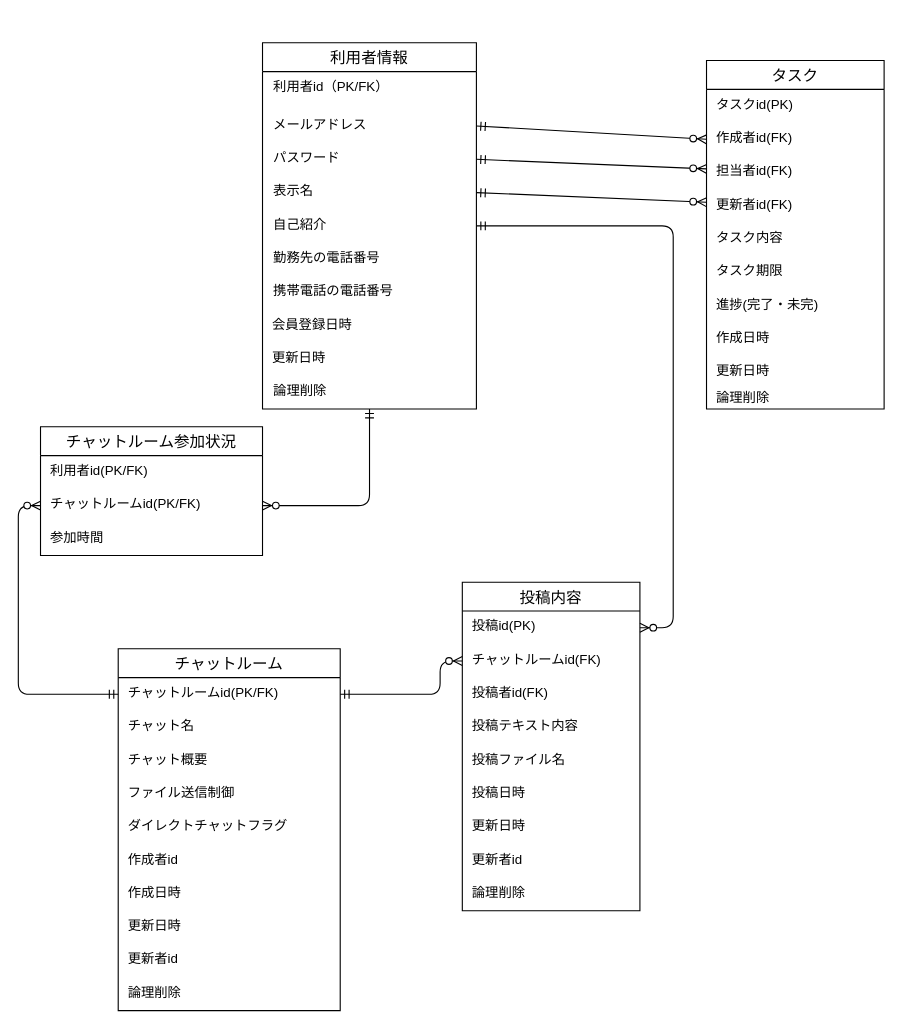
Above: db/db-challenge1/チャットルームER図.drawio in ytaka0407/quelcode-db (draw.io), before the change. Source tidied: cells renumbered, new cells numbered last; positions are measured from the earlier drawing's top-left corner, leaving out a move shared by most shapes. Both pictures are drawn from the tidied source at 111%, with x=0, y=0 at pixel (18, 42).
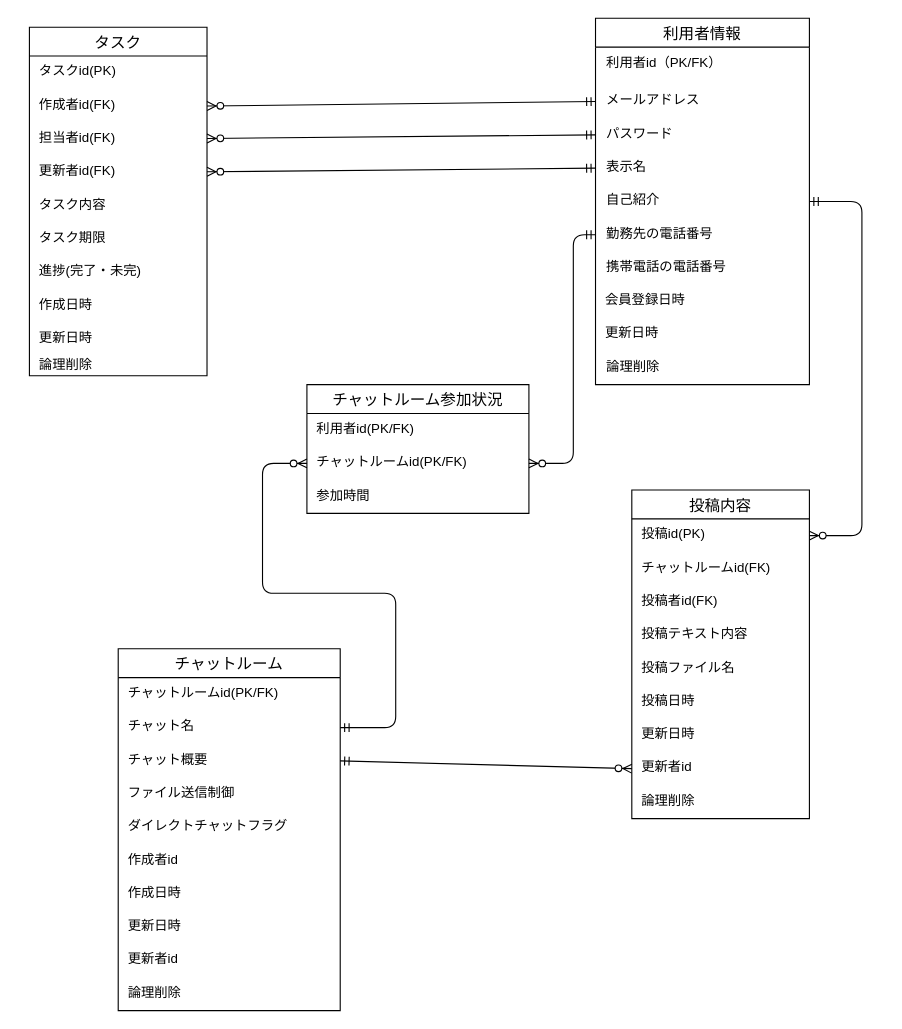
The same page after the edit.

Commit message:
リレーション見直しのためにテーブルの配置を修正

Unchanged cells that the change refers to:
```xml
<mxCell id="11" value="作成者id(FK)" style="text;strokeColor=none;fillColor=none;spacingLeft=7;spacingRight=4;overflow=hidden;points=[[0,0.5],[1,0.5]];portConstraint=eastwest;fontSize=12;" parent="9" vertex="1">
  <mxGeometry y="56" width="160" height="30" as="geometry" />
</mxCell>
<mxCell id="12" value="担当者id(FK)" style="text;strokeColor=none;fillColor=none;spacingLeft=7;spacingRight=4;overflow=hidden;points=[[0,0.5],[1,0.5]];portConstraint=eastwest;fontSize=12;" parent="9" vertex="1">
  <mxGeometry y="86" width="160" height="30" as="geometry" />
</mxCell>
<mxCell id="13" value="更新者id(FK)" style="text;strokeColor=none;fillColor=none;spacingLeft=7;spacingRight=4;overflow=hidden;points=[[0,0.5],[1,0.5]];portConstraint=eastwest;fontSize=12;" parent="9" vertex="1">
  <mxGeometry y="116" width="160" height="30" as="geometry" />
</mxCell>
<mxCell id="22" value="メールアドレス" style="text;strokeColor=none;fillColor=none;spacingLeft=8;spacingRight=0;overflow=hidden;points=[[0,0.5],[1,0.5]];portConstraint=eastwest;fontSize=12;" parent="20" vertex="1">
  <mxGeometry y="60" width="192.7" height="30" as="geometry" />
</mxCell>
<mxCell id="23" value="パスワード" style="text;strokeColor=none;fillColor=none;spacingLeft=8;spacingRight=0;overflow=hidden;points=[[0,0.5],[1,0.5]];portConstraint=eastwest;fontSize=12;" parent="20" vertex="1">
  <mxGeometry y="90" width="192.7" height="30" as="geometry" />
</mxCell>
<mxCell id="24" value="表示名" style="text;strokeColor=none;fillColor=none;spacingLeft=8;spacingRight=0;overflow=hidden;points=[[0,0.5],[1,0.5]];portConstraint=eastwest;fontSize=12;" parent="20" vertex="1">
  <mxGeometry y="120" width="192.7" height="30" as="geometry" />
</mxCell>
<mxCell id="25" value="自己紹介" style="text;strokeColor=none;fillColor=none;spacingLeft=8;spacingRight=0;overflow=hidden;points=[[0,0.5],[1,0.5]];portConstraint=eastwest;fontSize=12;" parent="20" vertex="1">
  <mxGeometry y="150" width="192.7" height="30" as="geometry" />
</mxCell>
<mxCell id="26" value="勤務先の電話番号" style="text;strokeColor=none;fillColor=none;spacingLeft=8;spacingRight=0;overflow=hidden;points=[[0,0.5],[1,0.5]];portConstraint=eastwest;fontSize=12;" parent="20" vertex="1">
  <mxGeometry y="180" width="192.7" height="30" as="geometry" />
</mxCell>
<mxCell id="30" value="論理削除" style="text;strokeColor=none;fillColor=none;spacingLeft=8;spacingRight=0;overflow=hidden;points=[[0,0.5],[1,0.5]];portConstraint=eastwest;fontSize=12;" parent="20" vertex="1">
  <mxGeometry y="300" width="192.7" height="30" as="geometry" />
</mxCell>
<mxCell id="32" value="チャットルームid(PK/FK)" style="text;strokeColor=none;fillColor=none;spacingLeft=7;spacingRight=4;overflow=hidden;points=[[0,0.5],[1,0.5]];portConstraint=eastwest;fontSize=12;" parent="31" vertex="1">
  <mxGeometry y="26" width="200" height="30" as="geometry" />
</mxCell>
<mxCell id="33" value="チャット名" style="text;strokeColor=none;fillColor=none;spacingLeft=7;spacingRight=4;overflow=hidden;points=[[0,0.5],[1,0.5]];portConstraint=eastwest;fontSize=12;" parent="31" vertex="1">
  <mxGeometry y="56" width="200" height="30" as="geometry" />
</mxCell>
<mxCell id="34" value="チャット概要" style="text;strokeColor=none;fillColor=none;spacingLeft=7;spacingRight=4;overflow=hidden;points=[[0,0.5],[1,0.5]];portConstraint=eastwest;fontSize=12;" parent="31" vertex="1">
  <mxGeometry y="86" width="200" height="30" as="geometry" />
</mxCell>
<mxCell id="43" value="投稿id(PK)" style="text;strokeColor=none;fillColor=none;spacingLeft=7;spacingRight=4;overflow=hidden;points=[[0,0.5],[1,0.5]];portConstraint=eastwest;fontSize=12;" parent="42" vertex="1">
  <mxGeometry y="26" width="160" height="30" as="geometry" />
</mxCell>
<mxCell id="44" value="チャットルームid(FK)" style="text;strokeColor=none;fillColor=none;spacingLeft=7;spacingRight=4;overflow=hidden;points=[[0,0.5],[1,0.5]];portConstraint=eastwest;fontSize=12;" parent="42" vertex="1">
  <mxGeometry y="56" width="160" height="30" as="geometry" />
</mxCell>
<mxCell id="50" value="更新者id" style="text;strokeColor=none;fillColor=none;spacingLeft=7;spacingRight=4;overflow=hidden;points=[[0,0.5],[1,0.5]];portConstraint=eastwest;fontSize=12;" parent="42" vertex="1">
  <mxGeometry y="236" width="160" height="30" as="geometry" />
</mxCell>
<mxCell id="54" value="チャットルームid(PK/FK)" style="text;strokeColor=none;fillColor=none;spacingLeft=7;spacingRight=4;overflow=hidden;points=[[0,0.5],[1,0.5]];portConstraint=eastwest;fontSize=12;" parent="52" vertex="1">
  <mxGeometry y="56" width="200" height="30" as="geometry" />
</mxCell>
```

Change to the diagram source:
```diff
@@
-    <mxCell id="2" style="edgeStyle=orthogonalEdgeStyle;fontSize=12;html=1;endArrow=ERzeroToMany;startArrow=ERmandOne;entryX=1;entryY=0.5;entryDx=0;entryDy=0;" parent="1" edge="1" source="30" target="54">
+    <mxCell id="2" style="edgeStyle=orthogonalEdgeStyle;fontSize=12;html=1;endArrow=ERzeroToMany;startArrow=ERmandOne;entryX=1;entryY=0.5;entryDx=0;entryDy=0;exitX=0;exitY=0.5;exitDx=0;exitDy=0;" parent="1" edge="1" source="26" target="54">
       <mxGeometry relative="1" as="geometry">
         <Array as="points">
-          <mxPoint x="316" y="417" />
+          <mxPoint x="500" y="173" />
+          <mxPoint x="500" y="379" />
         </Array>
       </mxGeometry>
     </mxCell>
-    <mxCell id="3" style="edgeStyle=orthogonalEdgeStyle;fontSize=12;html=1;endArrow=ERzeroToMany;startArrow=ERmandOne;exitX=0;exitY=0.5;exitDx=0;exitDy=0;entryX=0;entryY=0.5;entryDx=0;entryDy=0;" parent="1" edge="1" source="32" target="54">
+    <mxCell id="3" style="edgeStyle=orthogonalEdgeStyle;fontSize=12;html=1;endArrow=ERzeroToMany;startArrow=ERmandOne;exitX=1;exitY=0.5;exitDx=0;exitDy=0;entryX=0;entryY=0.5;entryDx=0;entryDy=0;" parent="1" edge="1" source="33" target="54">
       <mxGeometry relative="1" as="geometry">
         <Array as="points">
-          <mxPoint y="587" />
-          <mxPoint y="417" />
+          <mxPoint x="340" y="617" />
+          <mxPoint x="340" y="496" />
+          <mxPoint x="220" y="496" />
+          <mxPoint x="220" y="379" />
         </Array>
       </mxGeometry>
     </mxCell>
-    <mxCell id="4" style="fontSize=12;html=1;endArrow=ERzeroToMany;startArrow=ERmandOne;exitX=1;exitY=0.5;exitDx=0;exitDy=0;entryX=0;entryY=0.5;entryDx=0;entryDy=0;" parent="1" edge="1" source="22" target="11">
+    <mxCell id="4" style="fontSize=12;html=1;endArrow=ERzeroToMany;startArrow=ERmandOne;exitX=0;exitY=0.5;exitDx=0;exitDy=0;entryX=1;entryY=0.5;entryDx=0;entryDy=0;" parent="1" edge="1" source="22" target="11">
       <mxGeometry relative="1" as="geometry" />
     </mxCell>
-    <mxCell id="5" style="edgeStyle=orthogonalEdgeStyle;fontSize=12;html=1;endArrow=ERzeroToMany;startArrow=ERmandOne;exitX=1;exitY=0.5;exitDx=0;exitDy=0;entryX=0;entryY=0.5;entryDx=0;entryDy=0;" parent="1" edge="1" source="32" target="44">
-      <mxGeometry relative="1" as="geometry">
-        <Array as="points">
-          <mxPoint x="380" y="587" />
-          <mxPoint x="380" y="557" />
-        </Array>
-      </mxGeometry>
+    <mxCell id="5" style="fontSize=12;html=1;endArrow=ERzeroToMany;startArrow=ERmandOne;exitX=1;exitY=0.5;exitDx=0;exitDy=0;entryX=0;entryY=0.5;entryDx=0;entryDy=0;" parent="1" edge="1" source="34" target="50">
+      <mxGeometry relative="1" as="geometry" />
     </mxCell>
-    <mxCell id="6" style="fontSize=12;html=1;endArrow=ERzeroToMany;startArrow=ERmandOne;exitX=1;exitY=0.5;exitDx=0;exitDy=0;" parent="1" edge="1" source="23" target="12">
+    <mxCell id="6" style="fontSize=12;html=1;endArrow=ERzeroToMany;startArrow=ERmandOne;exitX=0;exitY=0.5;exitDx=0;exitDy=0;" parent="1" edge="1" source="23" target="12">
       <mxGeometry relative="1" as="geometry" />
     </mxCell>
-    <mxCell id="7" style="fontSize=12;html=1;endArrow=ERzeroToMany;startArrow=ERmandOne;exitX=1;exitY=0.5;exitDx=0;exitDy=0;" parent="1" edge="1" source="24" target="13">
+    <mxCell id="7" style="fontSize=12;html=1;endArrow=ERzeroToMany;startArrow=ERmandOne;exitX=0;exitY=0.5;exitDx=0;exitDy=0;" parent="1" edge="1" source="24" target="13">
       <mxGeometry relative="1" as="geometry" />
     </mxCell>
     <mxCell id="8" style="edgeStyle=orthogonalEdgeStyle;fontSize=12;html=1;endArrow=ERzeroToMany;startArrow=ERmandOne;entryX=1;entryY=0.5;entryDx=0;entryDy=0;exitX=1;exitY=0.5;exitDx=0;exitDy=0;" parent="1" edge="1" source="25" target="43">
       <mxGeometry relative="1" as="geometry">
         <Array as="points">
-          <mxPoint x="590" y="165" />
-          <mxPoint x="590" y="527" />
+          <mxPoint x="760" y="143" />
+          <mxPoint x="760" y="444" />
         </Array>
       </mxGeometry>
     </mxCell>
     <mxCell id="9" value="タスク" style="swimlane;fontStyle=0;horizontal=1;startSize=26;align=center;fontSize=14;" parent="1" vertex="1">
-      <mxGeometry x="620" y="16" width="160" height="314" as="geometry" />
+      <mxGeometry x="10" y="-14" width="160" height="314" as="geometry" />
     </mxCell>
@@
     <mxCell id="20" value="利用者情報" style="swimlane;fontStyle=0;horizontal=1;startSize=26;align=center;fontSize=14;" parent="1" vertex="1">
-      <mxGeometry x="220" width="192.7" height="330" as="geometry" />
+      <mxGeometry x="520" y="-22" width="192.7" height="330" as="geometry" />
     </mxCell>
@@
     <mxCell id="42" value="投稿内容" style="swimlane;fontStyle=0;horizontal=1;startSize=26;align=center;fontSize=14;" parent="1" vertex="1">
-      <mxGeometry x="400" y="486" width="160" height="296" as="geometry" />
+      <mxGeometry x="552.7" y="403" width="160" height="296" as="geometry" />
     </mxCell>
@@
     <mxCell id="52" value="チャットルーム参加状況" style="swimlane;fontStyle=0;horizontal=1;startSize=26;align=center;fontSize=14;" parent="1" vertex="1">
-      <mxGeometry x="20" y="346" width="200" height="116" as="geometry" />
+      <mxGeometry x="260" y="308" width="200" height="116" as="geometry" />
     </mxCell>
```
